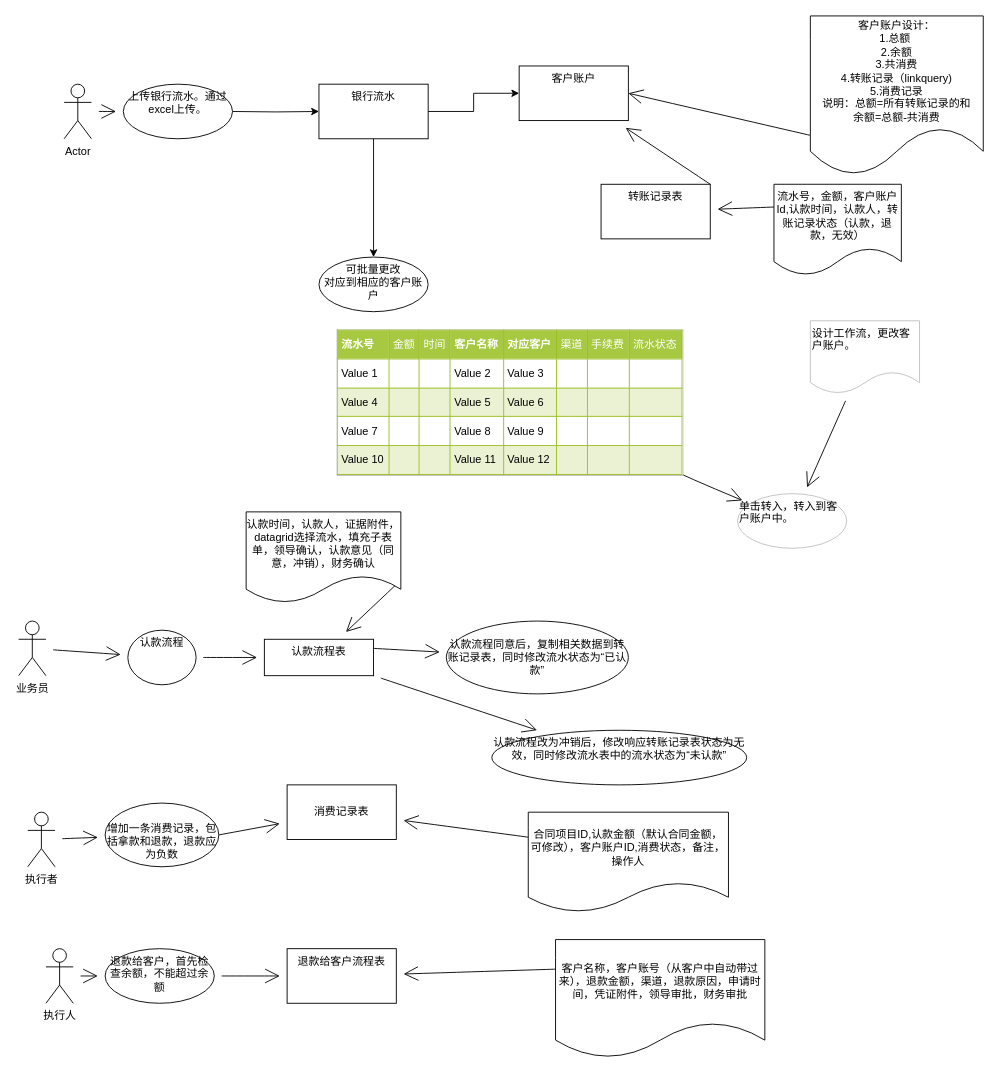
Before: Untitled Diagram.drawio in jnucpz11/ceshi1, a draw.io diagram. Source tidied: cells renumbered, new cells numbered last; positions are measured from the earlier drawing's top-left corner, leaving out a move shared by most shapes. Both pictures are drawn from the tidied source at 91%, with x=0, y=0 at pixel (18, 15).
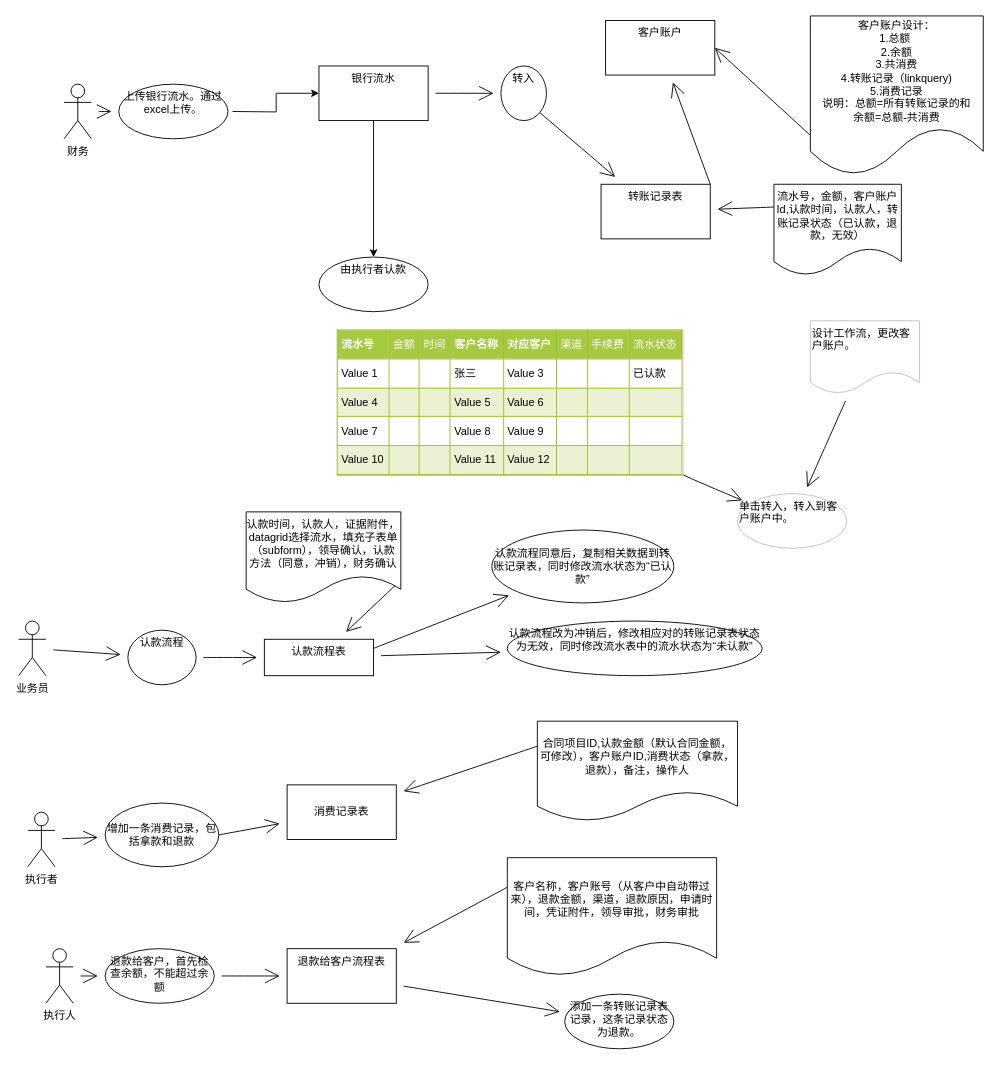
Above is the later version.

Unchanged cells that the change refers to:
```xml
<mxCell id="28" value="转账记录表" style="whiteSpace=wrap;html=1;verticalAlign=top;" parent="1" vertex="1">
  <mxGeometry x="640" y="185" width="120" height="60" as="geometry" />
</mxCell>
<mxCell id="44" value="退款给客户流程表" style="whiteSpace=wrap;html=1;verticalAlign=top;hachureGap=4;" parent="1" vertex="1">
  <mxGeometry x="295" y="1025" width="120" height="60" as="geometry" />
</mxCell>
```

Diff of the diagram source:
```diff
@@
-    <mxCell id="3" value="Actor" style="shape=umlActor;verticalLabelPosition=bottom;verticalAlign=top;html=1;outlineConnect=0;" parent="1" vertex="1">
+    <mxCell id="3" value="财务" style="shape=umlActor;verticalLabelPosition=bottom;verticalAlign=top;html=1;outlineConnect=0;" parent="1" vertex="1">
       <mxGeometry x="50" y="75" width="30" height="60" as="geometry" />
     </mxCell>
@@
-    <mxCell id="5" style="edgeStyle=orthogonalEdgeStyle;rounded=0;jettySize=auto;html=1;" parent="1" edge="1" source="7" target="8">
-      <mxGeometry relative="1" as="geometry" />
-    </mxCell>
@@
+    <mxCell id="47" style="edgeStyle=none;curved=1;rounded=0;jettySize=auto;html=1;endArrow=open;startSize=14;endSize=14;sourcePerimeterSpacing=8;targetPerimeterSpacing=8;" parent="1" edge="1" source="7" target="50">
+      <mxGeometry relative="1" as="geometry" />
+    </mxCell>
     <mxCell id="7" value="银行流水" style="whiteSpace=wrap;html=1;verticalAlign=top;" parent="1" vertex="1">
-      <mxGeometry x="330" y="75" width="120" height="60" as="geometry" />
+      <mxGeometry x="330" y="55" width="120" height="60" as="geometry" />
     </mxCell>
     <mxCell id="8" value="客户账户" style="whiteSpace=wrap;html=1;verticalAlign=top;" parent="1" vertex="1">
-      <mxGeometry x="550" y="55" width="120" height="60" as="geometry" />
+      <mxGeometry x="645" y="5" width="120" height="60" as="geometry" />
     </mxCell>
-    <mxCell id="9" value="可批量更改&lt;br&gt;对应到相应的客户账户" style="ellipse;whiteSpace=wrap;html=1;verticalAlign=top;" parent="1" vertex="1">
+    <mxCell id="9" value="由执行者认款" style="ellipse;whiteSpace=wrap;html=1;verticalAlign=top;" parent="1" vertex="1">
       <mxGeometry x="330" y="265" width="120" height="60" as="geometry" />
     </mxCell>
@@
-    <mxCell id="11" value="&lt;table border=&quot;1&quot; width=&quot;100%&quot; cellpadding=&quot;4&quot; style=&quot;width: 100% ; height: 100% ; border-collapse: collapse&quot;&gt;&lt;tbody&gt;&lt;tr style=&quot;background-color: #a7c942 ; color: #ffffff ; border: 1px solid #98bf21&quot;&gt;&lt;th align=&quot;left&quot;&gt;流水号&lt;/th&gt;&lt;td&gt;金额&lt;/td&gt;&lt;td&gt;时间&lt;/td&gt;&lt;th align=&quot;left&quot;&gt;客户名称&lt;/th&gt;&lt;th align=&quot;left&quot;&gt;对应客户&lt;/th&gt;&lt;td&gt;渠道&lt;/td&gt;&lt;td&gt;手续费&lt;/td&gt;&lt;td&gt;流水状态&lt;/td&gt;&lt;/tr&gt;&lt;tr style=&quot;border: 1px solid #98bf21&quot;&gt;&lt;td&gt;Value 1&lt;/td&gt;&lt;td&gt;&lt;br&gt;&lt;/td&gt;&lt;td&gt;&lt;br&gt;&lt;/td&gt;&lt;td&gt;Value 2&lt;/td&gt;&lt;td&gt;Value 3&lt;/td&gt;&lt;td&gt;&lt;br&gt;&lt;/td&gt;&lt;td&gt;&lt;br&gt;&lt;/td&gt;&lt;td&gt;&lt;br&gt;&lt;/td&gt;&lt;/tr&gt;&lt;tr style=&quot;background-color: #eaf2d3 ; border: 1px solid #98bf21&quot;&gt;&lt;td&gt;Value 4&lt;/td&gt;&lt;td&gt;&lt;br&gt;&lt;/td&gt;&lt;td&gt;&lt;br&gt;&lt;/td&gt;&lt;td&gt;Value 5&lt;/td&gt;&lt;td&gt;Value 6&lt;/td&gt;&lt;td&gt;&lt;br&gt;&lt;/td&gt;&lt;td&gt;&lt;br&gt;&lt;/td&gt;&lt;td&gt;&lt;br&gt;&lt;/td&gt;&lt;/tr&gt;&lt;tr style=&quot;border: 1px solid #98bf21&quot;&gt;&lt;td&gt;Value 7&lt;/td&gt;&lt;td&gt;&lt;br&gt;&lt;/td&gt;&lt;td&gt;&lt;br&gt;&lt;/td&gt;&lt;td&gt;Value 8&lt;/td&gt;&lt;td&gt;Value 9&lt;/td&gt;&lt;td&gt;&lt;br&gt;&lt;/td&gt;&lt;td&gt;&lt;br&gt;&lt;/td&gt;&lt;td&gt;&lt;br&gt;&lt;/td&gt;&lt;/tr&gt;&lt;tr style=&quot;background-color: #eaf2d3 ; border: 1px solid #98bf21&quot;&gt;&lt;td&gt;Value 10&lt;/td&gt;&lt;td&gt;&lt;br&gt;&lt;/td&gt;&lt;td&gt;&lt;br&gt;&lt;/td&gt;&lt;td&gt;Value 11&lt;/td&gt;&lt;td&gt;Value 12&lt;/td&gt;&lt;td&gt;&lt;br&gt;&lt;/td&gt;&lt;td&gt;&lt;br&gt;&lt;/td&gt;&lt;td&gt;&lt;br&gt;&lt;/td&gt;&lt;/tr&gt;&lt;/tbody&gt;&lt;/table&gt;" style="text;html=1;strokeColor=#c0c0c0;fillColor=#ffffff;overflow=fill;rounded=0;hachureGap=4;" parent="1" vertex="1">
+    <mxCell id="11" value="&lt;table style=&quot;width: 100% ; height: 100% ; border-collapse: collapse&quot; width=&quot;100%&quot; cellpadding=&quot;4&quot; border=&quot;1&quot;&gt;&lt;tbody&gt;&lt;tr style=&quot;background-color: #a7c942 ; color: #ffffff ; border: 1px solid #98bf21&quot;&gt;&lt;th align=&quot;left&quot;&gt;流水号&lt;/th&gt;&lt;td&gt;金额&lt;/td&gt;&lt;td&gt;时间&lt;/td&gt;&lt;th align=&quot;left&quot;&gt;客户名称&lt;/th&gt;&lt;th align=&quot;left&quot;&gt;对应客户&lt;/th&gt;&lt;td&gt;渠道&lt;/td&gt;&lt;td&gt;手续费&lt;/td&gt;&lt;td&gt;流水状态&lt;/td&gt;&lt;/tr&gt;&lt;tr style=&quot;border: 1px solid #98bf21&quot;&gt;&lt;td&gt;Value 1&lt;/td&gt;&lt;td&gt;&lt;br&gt;&lt;/td&gt;&lt;td&gt;&lt;br&gt;&lt;/td&gt;&lt;td&gt;张三&lt;br&gt;&lt;/td&gt;&lt;td&gt;Value 3&lt;/td&gt;&lt;td&gt;&lt;br&gt;&lt;/td&gt;&lt;td&gt;&lt;br&gt;&lt;/td&gt;&lt;td&gt;已认款&lt;br&gt;&lt;/td&gt;&lt;/tr&gt;&lt;tr style=&quot;background-color: #eaf2d3 ; border: 1px solid #98bf21&quot;&gt;&lt;td&gt;Value 4&lt;/td&gt;&lt;td&gt;&lt;br&gt;&lt;/td&gt;&lt;td&gt;&lt;br&gt;&lt;/td&gt;&lt;td&gt;Value 5&lt;/td&gt;&lt;td&gt;Value 6&lt;/td&gt;&lt;td&gt;&lt;br&gt;&lt;/td&gt;&lt;td&gt;&lt;br&gt;&lt;/td&gt;&lt;td&gt;&lt;br&gt;&lt;/td&gt;&lt;/tr&gt;&lt;tr style=&quot;border: 1px solid #98bf21&quot;&gt;&lt;td&gt;Value 7&lt;/td&gt;&lt;td&gt;&lt;br&gt;&lt;/td&gt;&lt;td&gt;&lt;br&gt;&lt;/td&gt;&lt;td&gt;Value 8&lt;/td&gt;&lt;td&gt;Value 9&lt;/td&gt;&lt;td&gt;&lt;br&gt;&lt;/td&gt;&lt;td&gt;&lt;br&gt;&lt;/td&gt;&lt;td&gt;&lt;br&gt;&lt;/td&gt;&lt;/tr&gt;&lt;tr style=&quot;background-color: #eaf2d3 ; border: 1px solid #98bf21&quot;&gt;&lt;td&gt;Value 10&lt;/td&gt;&lt;td&gt;&lt;br&gt;&lt;/td&gt;&lt;td&gt;&lt;br&gt;&lt;/td&gt;&lt;td&gt;Value 11&lt;/td&gt;&lt;td&gt;Value 12&lt;/td&gt;&lt;td&gt;&lt;br&gt;&lt;/td&gt;&lt;td&gt;&lt;br&gt;&lt;/td&gt;&lt;td&gt;&lt;br&gt;&lt;/td&gt;&lt;/tr&gt;&lt;/tbody&gt;&lt;/table&gt;" style="text;html=1;strokeColor=#c0c0c0;fillColor=#ffffff;overflow=fill;rounded=0;hachureGap=4;" parent="1" vertex="1">
       <mxGeometry x="350" y="345" width="380" height="160" as="geometry" />
     </mxCell>
@@
     <mxCell id="15" value="&lt;span&gt;上传银行流水。通过excel上传。&lt;/span&gt;" style="ellipse;whiteSpace=wrap;html=1;verticalAlign=top;" parent="1" vertex="1">
-      <mxGeometry x="115" y="75" width="120" height="60" as="geometry" />
+      <mxGeometry x="110" y="75" width="120" height="60" as="geometry" />
     </mxCell>
@@
-    <mxCell id="26" value="认款时间，认款人，证据附件，datagrid选择流水，填充子表单，领导确认，认款意见（同意，冲销），财务确认" style="shape=document;whiteSpace=wrap;html=1;boundedLbl=1;hachureGap=4;" parent="1" vertex="1">
+    <mxCell id="26" value="认款时间，认款人，证据附件，datagrid选择流水，填充子表单（subform），领导确认，认款方法（同意，冲销），财务确认" style="shape=document;whiteSpace=wrap;html=1;boundedLbl=1;hachureGap=4;" parent="1" vertex="1">
       <mxGeometry x="250" y="545" width="170" height="100" as="geometry" />
     </mxCell>
@@
-    <mxCell id="30" value="流水号，金额，客户账户Id,认款时间，认款人，转账记录状态（认款，退款，无效）" style="shape=document;whiteSpace=wrap;html=1;boundedLbl=1;hachureGap=4;" parent="1" vertex="1">
+    <mxCell id="30" value="流水号，金额，客户账户Id,认款时间，认款人，转账记录状态（已认款，退款，无效）" style="shape=document;whiteSpace=wrap;html=1;boundedLbl=1;hachureGap=4;" parent="1" vertex="1">
       <mxGeometry x="830" y="185" width="140" height="100" as="geometry" />
     </mxCell>
     <mxCell id="31" value="认款流程同意后，复制相关数据到转账记录表，同时修改流水状态为“已认款”" style="ellipse;whiteSpace=wrap;html=1;hachureGap=4;" parent="1" vertex="1">
-      <mxGeometry x="470" y="665" width="200" height="80" as="geometry" />
+      <mxGeometry x="520" y="565" width="200" height="80" as="geometry" />
     </mxCell>
-    <mxCell id="32" value="&lt;span&gt;认款流程改为冲销后，修改响应转账记录表状态为无效，同时修改流水表中的流水状态为“未认款”&lt;/span&gt;" style="ellipse;whiteSpace=wrap;html=1;verticalAlign=top;hachureGap=4;" parent="1" vertex="1">
-      <mxGeometry x="520" y="785" width="280" height="60" as="geometry" />
+    <mxCell id="32" value="&lt;span&gt;认款流程改为冲销后，修改相应对的转账记录表状态为无效，同时修改流水表中的流水状态为“未认款”&lt;/span&gt;" style="ellipse;whiteSpace=wrap;html=1;verticalAlign=top;hachureGap=4;" parent="1" vertex="1">
+      <mxGeometry x="537" y="665" width="280" height="60" as="geometry" />
     </mxCell>
@@
-    <mxCell id="37" value="&lt;br&gt;增加一条消费记录，包括拿款和退款，退款应为负数" style="ellipse;whiteSpace=wrap;html=1;verticalAlign=top;hachureGap=4;" parent="1" vertex="1">
+    <mxCell id="37" value="&lt;br&gt;增加一条消费记录，包括拿款和退款" style="ellipse;whiteSpace=wrap;html=1;verticalAlign=top;hachureGap=4;" parent="1" vertex="1">
       <mxGeometry x="95" y="865" width="125" height="70" as="geometry" />
     </mxCell>
@@
-    <mxCell id="39" value="合同项目ID,认款金额（默认合同金额，可修改），客户账户ID,消费状态，备注，操作人" style="shape=document;whiteSpace=wrap;html=1;boundedLbl=1;hachureGap=4;" parent="1" vertex="1">
-      <mxGeometry x="560" y="875" width="220" height="110" as="geometry" />
+    <mxCell id="39" value="合同项目ID,认款金额（默认合同金额，可修改），客户账户ID,消费状态（拿款，退款），备注，操作人" style="shape=document;whiteSpace=wrap;html=1;boundedLbl=1;hachureGap=4;" parent="1" vertex="1">
+      <mxGeometry x="570" y="775" width="220" height="110" as="geometry" />
     </mxCell>
@@
+    <mxCell id="48" style="edgeStyle=none;curved=1;rounded=0;jettySize=auto;html=1;endArrow=open;startSize=14;endSize=14;sourcePerimeterSpacing=8;targetPerimeterSpacing=8;" parent="1" edge="1" source="44" target="51">
+      <mxGeometry relative="1" as="geometry" />
+    </mxCell>
@@
     <mxCell id="46" value="客户名称，客户账号（从客户中自动带过来），退款金额，渠道，退款原因，申请时间，凭证附件，领导审批，财务审批" style="shape=document;whiteSpace=wrap;html=1;boundedLbl=1;hachureGap=4;" parent="1" vertex="1">
-      <mxGeometry x="590" y="1015" width="230" height="130" as="geometry" />
+      <mxGeometry x="537" y="925" width="230" height="130" as="geometry" />
     </mxCell>
+    <mxCell id="49" style="edgeStyle=none;curved=1;rounded=0;jettySize=auto;html=1;exitX=1;exitY=1;exitDx=0;exitDy=0;endArrow=open;startSize=14;endSize=14;sourcePerimeterSpacing=8;targetPerimeterSpacing=8;" parent="1" edge="1" source="50" target="28">
+      <mxGeometry relative="1" as="geometry" />
+    </mxCell>
+    <mxCell id="50" value="转入" style="ellipse;whiteSpace=wrap;html=1;verticalAlign=top;" parent="1" vertex="1">
+      <mxGeometry x="530" y="55" width="50" height="60" as="geometry" />
+    </mxCell>
+    <mxCell id="51" value="添加一条转账记录表记录，这条记录状态为退款。" style="ellipse;whiteSpace=wrap;html=1;verticalAlign=top;hachureGap=4;" parent="1" vertex="1">
+      <mxGeometry x="600" y="1075" width="120" height="60" as="geometry" />
+    </mxCell>
```
